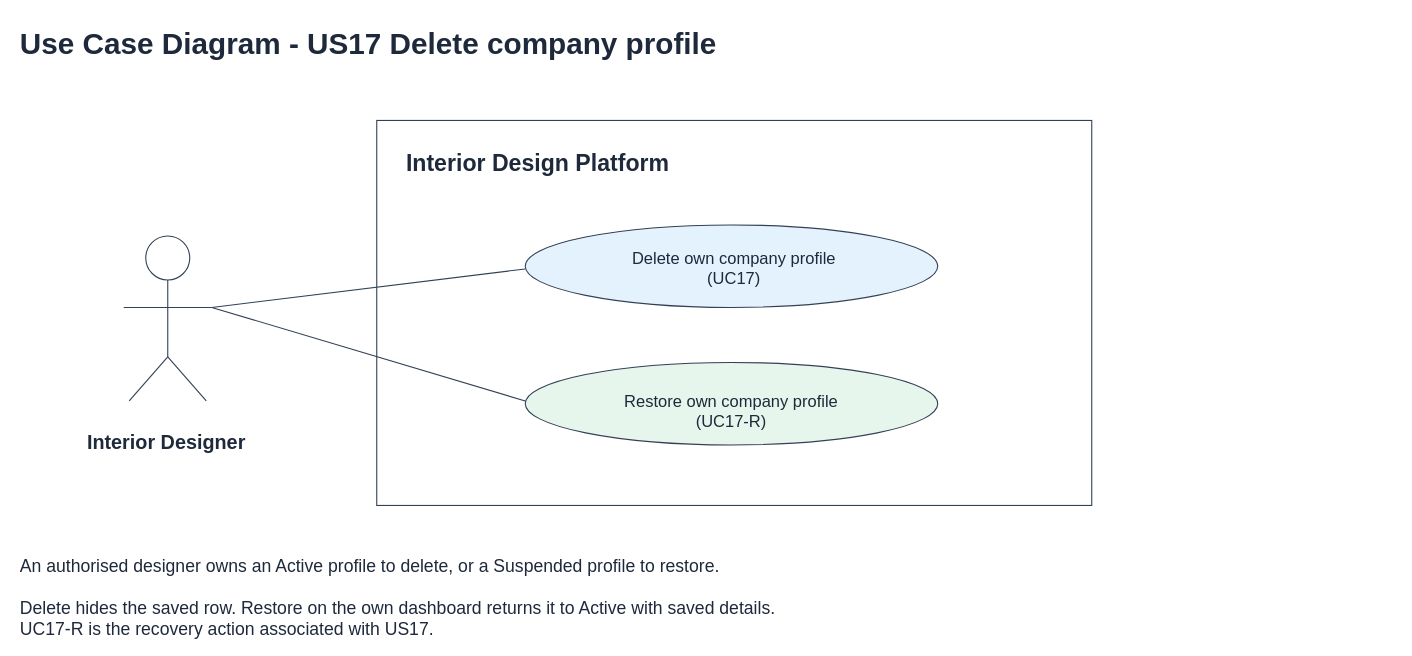
Earlier version of the draw.io diagram page "2 Use Case Diagram" (1 of 11) of Sprint_2/US17 - Delete Company Profile/US17 Delete company profile.drawio (Hanzxc/CSIT314-ARCHSS). Source tidied: cells renumbered, new cells numbered last; positions are measured from the earlier drawing's top-left corner, leaving out a move shared by most shapes. Both pictures are drawn from the tidied source at 110%, with x=0, y=0 at pixel (18, 18).
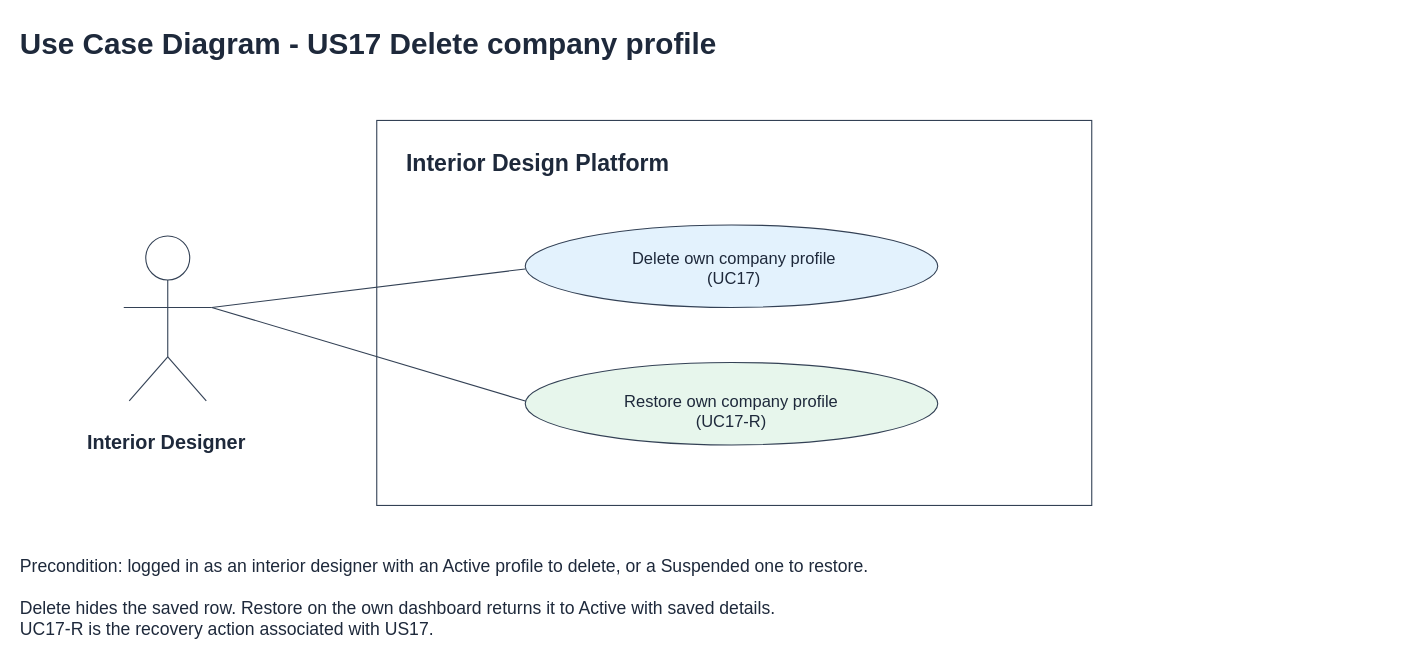
The same page after the edit.

The edit, as a diff of the source:
```diff
@@
-    <mxCell id="17" value="An authorised designer owns an Active profile to delete, or a Suspended profile to restore." style="text;html=0;align=left;verticalAlign=top;fontSize=16;fontStyle=0;fontColor=#1e293b;" parent="1" vertex="1">
+    <mxCell id="17" value="Precondition: logged in as an interior designer with an Active profile to delete, or a Suspended one to restore." style="text;html=0;align=left;verticalAlign=top;fontSize=16;fontStyle=0;fontColor=#1e293b;" parent="1" vertex="1">
       <mxGeometry y="482" width="900" height="23" as="geometry" />
     </mxCell>
```
